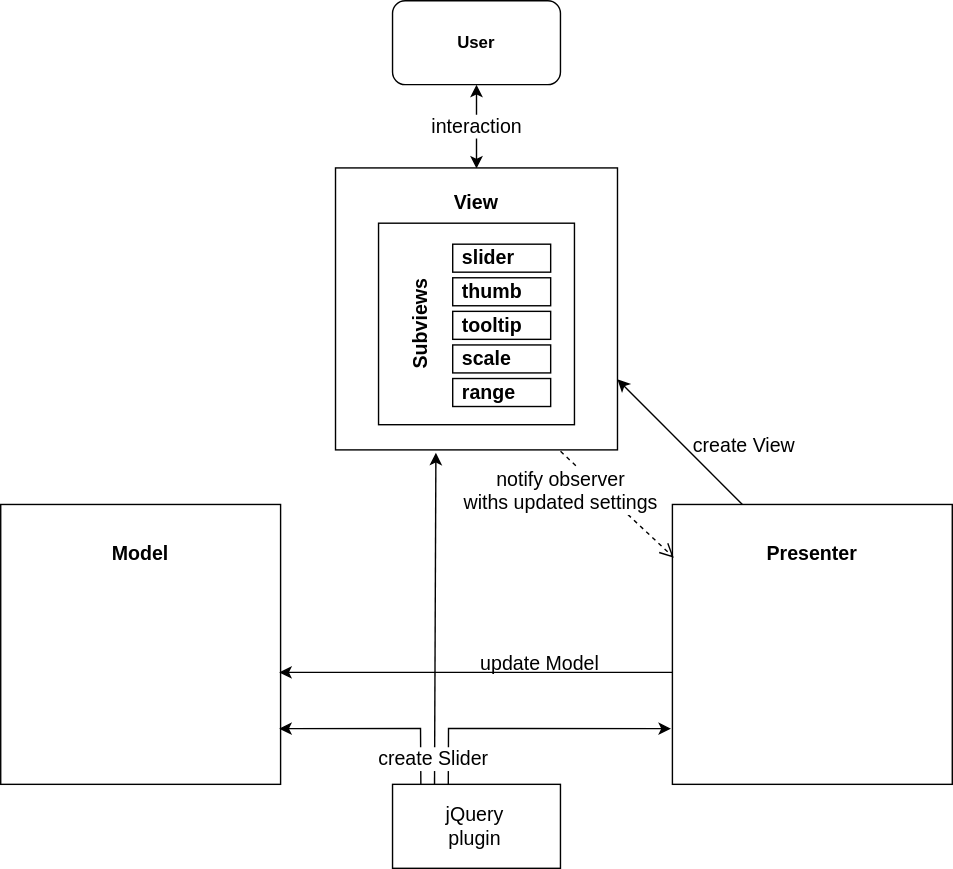
Above: src/assets/img/architecture.svg in Michael3468/RangeSlider (draw.io), before the change. Source tidied: cells renumbered, new cells last; positions are measured from the earlier drawing's top-left corner, leaving out a move shared by most shapes. Its diagram source:
```xml
<mxGraphModel>
  <root>
    <mxCell id="0" />
    <mxCell id="1" parent="0" />
    <mxCell id="2" style="endArrow=classic;startArrow=classic;html=1;rounded=0;fontSize=14;entryX=0.25;entryY=1;entryDx=0;entryDy=0;labelBackgroundColor=#FFFFFF;" parent="1" edge="1">
      <mxGeometry relative="1" as="geometry">
        <mxPoint x="340" y="120" as="sourcePoint" />
        <mxPoint x="340" y="60" as="targetPoint" />
      </mxGeometry>
    </mxCell>
    <mxCell id="3" style="rounded=1;whiteSpace=wrap;html=1;" parent="1" vertex="1">
      <mxGeometry x="280" width="120" height="60" as="geometry" />
    </mxCell>
    <mxCell id="4" value="&lt;div&gt;User&lt;/div&gt;" style="text;html=1;strokeColor=none;fillColor=none;align=center;verticalAlign=middle;whiteSpace=wrap;rounded=0;fontStyle=1;" parent="1" vertex="1">
      <mxGeometry x="310" y="15" width="60" height="30" as="geometry" />
    </mxCell>
    <mxCell id="5" style="whiteSpace=wrap;html=1;" parent="1" vertex="1">
      <mxGeometry x="239.2" y="119.5" width="201.5" height="201.5" as="geometry" />
    </mxCell>
    <mxCell id="6" value="&lt;div style=&quot;font-size: 14px;&quot;&gt;View&lt;/div&gt;" style="text;html=1;strokeColor=none;fillColor=none;align=center;verticalAlign=middle;whiteSpace=wrap;rounded=0;fontStyle=1;fontSize=14;" parent="1" vertex="1">
      <mxGeometry x="310" y="129" width="60" height="30" as="geometry" />
    </mxCell>
    <mxCell id="7" style="rounded=0;whiteSpace=wrap;html=1;fontSize=14;align=left;" parent="1" vertex="1">
      <mxGeometry x="270" y="159" width="140" height="144" as="geometry" />
    </mxCell>
    <mxCell id="8" style="rounded=0;whiteSpace=wrap;html=1;fontSize=14;" parent="1" vertex="1">
      <mxGeometry x="323" y="174" width="70" height="20" as="geometry" />
    </mxCell>
    <mxCell id="9" value="&lt;div&gt;slider&lt;/div&gt;" style="text;html=1;strokeColor=none;fillColor=none;align=left;verticalAlign=middle;whiteSpace=wrap;rounded=0;fontSize=14;fontStyle=1;" parent="1" vertex="1">
      <mxGeometry x="328" y="174" width="60" height="20" as="geometry" />
    </mxCell>
    <mxCell id="10" style="rounded=0;whiteSpace=wrap;html=1;fontSize=14;" parent="1" vertex="1">
      <mxGeometry x="323" y="246" width="70" height="20" as="geometry" />
    </mxCell>
    <mxCell id="11" value="scale" style="text;html=1;strokeColor=none;fillColor=none;align=left;verticalAlign=middle;whiteSpace=wrap;rounded=0;fontSize=14;fontStyle=1;" parent="1" vertex="1">
      <mxGeometry x="328" y="246" width="60" height="20" as="geometry" />
    </mxCell>
    <mxCell id="12" style="rounded=0;whiteSpace=wrap;html=1;fontSize=14;" parent="1" vertex="1">
      <mxGeometry x="323" y="198" width="70" height="20" as="geometry" />
    </mxCell>
    <mxCell id="13" value="&lt;div align=&quot;left&quot;&gt;thumb&lt;/div&gt;" style="text;html=1;strokeColor=none;fillColor=none;align=left;verticalAlign=middle;whiteSpace=wrap;rounded=0;fontSize=14;fontStyle=1;" parent="1" vertex="1">
      <mxGeometry x="328" y="198" width="60" height="20" as="geometry" />
    </mxCell>
    <mxCell id="14" style="rounded=0;whiteSpace=wrap;html=1;fontSize=14;" parent="1" vertex="1">
      <mxGeometry x="323" y="222" width="70" height="20" as="geometry" />
    </mxCell>
    <mxCell id="15" value="tooltip" style="text;html=1;strokeColor=none;fillColor=none;align=left;verticalAlign=middle;whiteSpace=wrap;rounded=0;fontSize=14;fontStyle=1;" parent="1" vertex="1">
      <mxGeometry x="328" y="222" width="60" height="20" as="geometry" />
    </mxCell>
    <mxCell id="16" style="rounded=0;whiteSpace=wrap;html=1;fontSize=14;" parent="1" vertex="1">
      <mxGeometry x="323" y="270" width="70" height="20" as="geometry" />
    </mxCell>
    <mxCell id="17" value="range" style="text;html=1;strokeColor=none;fillColor=none;align=left;verticalAlign=middle;whiteSpace=wrap;rounded=0;fontSize=14;fontStyle=1;" parent="1" vertex="1">
      <mxGeometry x="328" y="270" width="60" height="20" as="geometry" />
    </mxCell>
    <mxCell id="18" value="&lt;div&gt;Subviews&lt;/div&gt;" style="text;html=1;strokeColor=none;fillColor=none;align=center;verticalAlign=middle;whiteSpace=wrap;rounded=0;fontSize=14;fontStyle=1;rotation=0;spacingLeft=0;textDirection=rtl;spacingTop=0;spacing=-2;horizontal=0;" parent="1" vertex="1">
      <mxGeometry x="290" y="186" width="20" height="90" as="geometry" />
    </mxCell>
    <mxCell id="19" style="whiteSpace=wrap;html=1;fontSize=14;align=left;verticalAlign=middle;" parent="1" vertex="1">
      <mxGeometry y="360" width="200" height="200" as="geometry" />
    </mxCell>
    <mxCell id="20" value="Model" style="text;html=1;strokeColor=none;fillColor=none;align=center;verticalAlign=middle;whiteSpace=wrap;rounded=0;fontSize=14;fontStyle=1;" parent="1" vertex="1">
      <mxGeometry x="70" y="380" width="60" height="30" as="geometry" />
    </mxCell>
    <mxCell id="21" style="whiteSpace=wrap;html=1;fontSize=14;align=left;verticalAlign=middle;" parent="1" vertex="1">
      <mxGeometry x="480" y="360" width="200" height="200" as="geometry" />
    </mxCell>
    <mxCell id="22" value="&lt;div&gt;Presenter&lt;/div&gt;" style="text;html=1;strokeColor=none;fillColor=none;align=center;verticalAlign=middle;whiteSpace=wrap;rounded=0;fontSize=14;fontStyle=1;" parent="1" vertex="1">
      <mxGeometry x="540" y="380" width="80" height="30" as="geometry" />
    </mxCell>
    <mxCell id="23" style="endArrow=classic;html=1;rounded=0;fontSize=14;entryX=1;entryY=0.75;entryDx=0;entryDy=0;exitX=0.25;exitY=0;exitDx=0;exitDy=0;" parent="1" edge="1" source="21" target="5">
      <mxGeometry relative="1" as="geometry" />
    </mxCell>
    <mxCell id="24" style="endArrow=classic;html=1;rounded=0;fontSize=14;exitX=0;exitY=0.61;exitDx=0;exitDy=0;exitPerimeter=0;entryX=0.995;entryY=0.61;entryDx=0;entryDy=0;entryPerimeter=0;" parent="1" edge="1">
      <mxGeometry relative="1" as="geometry">
        <mxPoint x="480" y="480" as="sourcePoint" />
        <mxPoint x="199" y="480" as="targetPoint" />
      </mxGeometry>
    </mxCell>
    <mxCell id="25" value="update Model" style="text;html=1;strokeColor=none;fillColor=none;align=center;verticalAlign=middle;whiteSpace=wrap;rounded=0;fontSize=14;" parent="1" vertex="1">
      <mxGeometry x="333.5" y="466" width="102.5" height="15" as="geometry" />
    </mxCell>
    <mxCell id="26" value="&lt;div&gt;create View&lt;/div&gt;" style="text;html=1;strokeColor=none;fillColor=none;align=center;verticalAlign=middle;whiteSpace=wrap;rounded=0;fontSize=14;" parent="1" vertex="1">
      <mxGeometry x="480" y="295" width="102.5" height="45" as="geometry" />
    </mxCell>
    <mxCell id="27" value="&lt;div&gt;interaction&lt;/div&gt;" style="text;html=1;strokeColor=none;fillColor=none;align=center;verticalAlign=middle;whiteSpace=wrap;rounded=0;fontSize=14;labelBackgroundColor=default;" parent="1" vertex="1">
      <mxGeometry x="297.5" y="80" width="85" height="20" as="geometry" />
    </mxCell>
    <mxCell id="28" value="&lt;div&gt;notify observer&lt;/div&gt;&lt;div&gt;withs updated settings&lt;/div&gt;" style="html=1;verticalAlign=bottom;endArrow=open;dashed=1;endSize=8;rounded=0;labelBackgroundColor=#FFFFFF;fontSize=14;exitX=0.798;exitY=0.995;exitDx=0;exitDy=0;exitPerimeter=0;entryX=0.005;entryY=0.18;entryDx=0;entryDy=0;entryPerimeter=0;" parent="1" edge="1">
      <mxGeometry x="-0.41" y="-35" relative="1" as="geometry">
        <mxPoint x="400" y="322" as="sourcePoint" />
        <mxPoint x="481" y="398" as="targetPoint" />
      </mxGeometry>
    </mxCell>
    <mxCell id="29" style="rounded=0;whiteSpace=wrap;html=1;labelBackgroundColor=default;fontSize=14;align=left;verticalAlign=middle;" parent="1" vertex="1">
      <mxGeometry x="280" y="560" width="120" height="60" as="geometry" />
    </mxCell>
    <mxCell id="30" value="&lt;div&gt;jQuery plugin&lt;/div&gt;" style="text;html=1;strokeColor=none;fillColor=none;align=center;verticalAlign=middle;whiteSpace=wrap;rounded=0;labelBackgroundColor=default;fontSize=14;" parent="1" vertex="1">
      <mxGeometry x="309" y="575" width="60" height="30" as="geometry" />
    </mxCell>
    <mxCell id="31" style="endArrow=classic;html=1;rounded=0;labelBackgroundColor=#FFFFFF;fontSize=14;entryX=0.356;entryY=1.01;entryDx=0;entryDy=0;exitX=0.25;exitY=0;exitDx=0;exitDy=0;entryPerimeter=0;" parent="1" edge="1" source="29" target="5">
      <mxGeometry relative="1" as="geometry" />
    </mxCell>
    <mxCell id="32" style="endArrow=classic;html=1;rounded=0;labelBackgroundColor=#FFFFFF;fontSize=14;exitX=0.152;exitY=0.003;exitDx=0;exitDy=0;exitPerimeter=0;entryX=0.995;entryY=0.801;entryDx=0;entryDy=0;entryPerimeter=0;" parent="1" edge="1" target="19">
      <mxGeometry relative="1" as="geometry">
        <mxPoint x="300.2" y="560.2" as="sourcePoint" />
        <Array as="points">
          <mxPoint x="300" y="520" />
        </Array>
      </mxGeometry>
    </mxCell>
    <mxCell id="33" style="endArrow=classic;html=1;rounded=0;labelBackgroundColor=#FFFFFF;fontSize=14;exitX=0.332;exitY=-0.003;exitDx=0;exitDy=0;exitPerimeter=0;entryX=-0.005;entryY=0.801;entryDx=0;entryDy=0;entryPerimeter=0;" parent="1" edge="1" source="29" target="21">
      <mxGeometry relative="1" as="geometry">
        <Array as="points">
          <mxPoint x="320" y="520" />
        </Array>
      </mxGeometry>
    </mxCell>
    <mxCell id="34" value="create Slider" style="text;html=1;strokeColor=none;fillColor=none;align=center;verticalAlign=middle;whiteSpace=wrap;rounded=0;labelBackgroundColor=default;fontSize=14;" parent="1" vertex="1">
      <mxGeometry x="264.2" y="534" width="90.8" height="15" as="geometry" />
    </mxCell>
  </root>
</mxGraphModel>
```
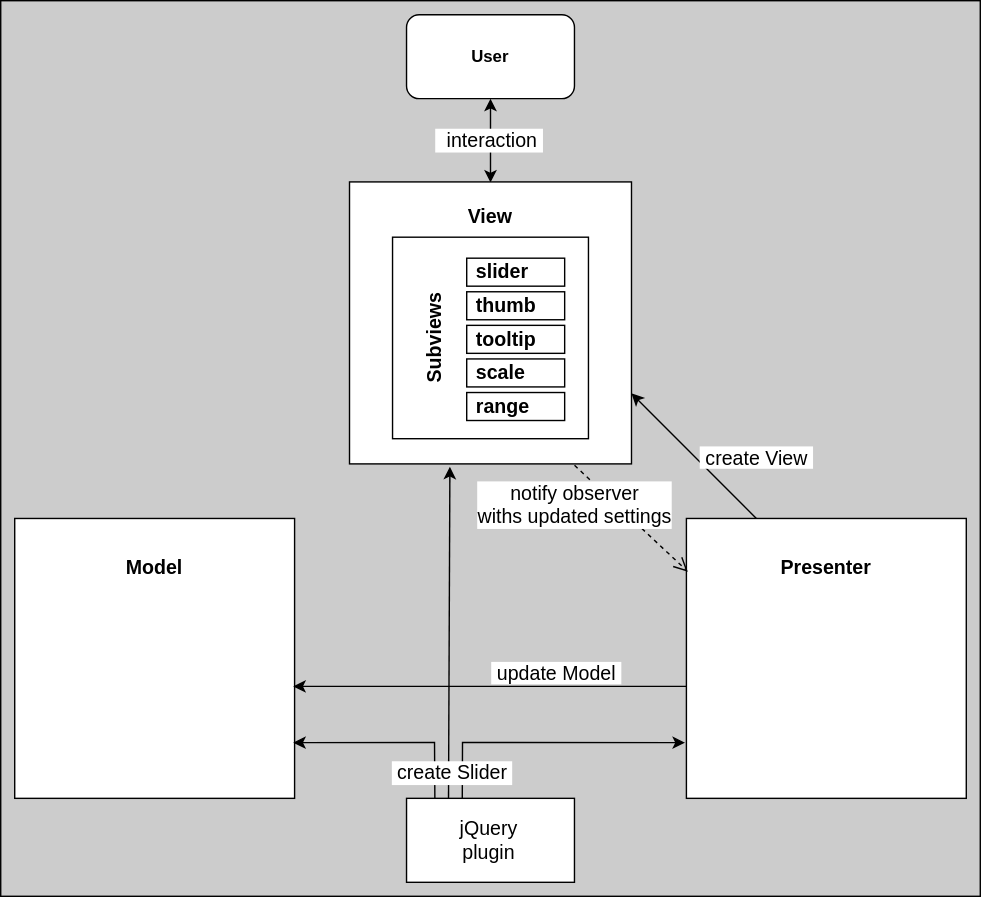
After the commit.

What changed in the source:
```diff
@@ -2,6 +2,9 @@
   <root>
     <mxCell id="0" />
     <mxCell id="1" parent="0" />
+    <mxCell id="35" style="rounded=0;whiteSpace=wrap;html=1;fillColor=#CCCCCC;" parent="1" vertex="1">
+      <mxGeometry x="-10" y="-10" width="700" height="640" as="geometry" />
+    </mxCell>
     <mxCell id="2" style="endArrow=classic;startArrow=classic;html=1;rounded=0;fontSize=14;entryX=0.25;entryY=1;entryDx=0;entryDy=0;labelBackgroundColor=#FFFFFF;" parent="1" edge="1">
       <mxGeometry relative="1" as="geometry">
         <mxPoint x="340" y="120" as="sourcePoint" />
@@ -77,14 +80,14 @@
         <mxPoint x="199" y="480" as="targetPoint" />
       </mxGeometry>
     </mxCell>
-    <mxCell id="25" value="update Model" style="text;html=1;strokeColor=none;fillColor=none;align=center;verticalAlign=middle;whiteSpace=wrap;rounded=0;fontSize=14;" parent="1" vertex="1">
-      <mxGeometry x="333.5" y="466" width="102.5" height="15" as="geometry" />
+    <mxCell id="25" value="&amp;nbsp;&lt;span style=&quot;background-color: rgb(255 , 255 , 255)&quot;&gt; update Model&amp;nbsp; &lt;br&gt;&lt;/span&gt;" style="text;html=1;strokeColor=none;fillColor=none;align=center;verticalAlign=middle;whiteSpace=wrap;rounded=0;fontSize=14;" parent="1" vertex="1">
+      <mxGeometry x="333.5" y="463" width="102.5" height="15" as="geometry" />
     </mxCell>
-    <mxCell id="26" value="&lt;div&gt;create View&lt;/div&gt;" style="text;html=1;strokeColor=none;fillColor=none;align=center;verticalAlign=middle;whiteSpace=wrap;rounded=0;fontSize=14;" parent="1" vertex="1">
-      <mxGeometry x="480" y="295" width="102.5" height="45" as="geometry" />
+    <mxCell id="26" value="&lt;div&gt;&lt;span style=&quot;background-color: rgb(255 , 255 , 255)&quot;&gt;&amp;nbsp;create View&amp;nbsp; &lt;br&gt;&lt;/span&gt;&lt;/div&gt;" style="text;html=1;strokeColor=none;fillColor=none;align=center;verticalAlign=middle;whiteSpace=wrap;rounded=0;fontSize=14;" parent="1" vertex="1">
+      <mxGeometry x="479" y="307" width="102.5" height="20" as="geometry" />
     </mxCell>
-    <mxCell id="27" value="&lt;div&gt;interaction&lt;/div&gt;" style="text;html=1;strokeColor=none;fillColor=none;align=center;verticalAlign=middle;whiteSpace=wrap;rounded=0;fontSize=14;labelBackgroundColor=default;" parent="1" vertex="1">
-      <mxGeometry x="297.5" y="80" width="85" height="20" as="geometry" />
+    <mxCell id="27" value="&amp;nbsp; interaction&amp;nbsp; " style="text;html=1;strokeColor=none;fillColor=none;align=center;verticalAlign=middle;whiteSpace=wrap;rounded=0;fontSize=14;labelBackgroundColor=default;" parent="1" vertex="1">
+      <mxGeometry x="287.5" y="80" width="102.5" height="20" as="geometry" />
     </mxCell>
     <mxCell id="28" value="&lt;div&gt;notify observer&lt;/div&gt;&lt;div&gt;withs updated settings&lt;/div&gt;" style="html=1;verticalAlign=bottom;endArrow=open;dashed=1;endSize=8;rounded=0;labelBackgroundColor=#FFFFFF;fontSize=14;exitX=0.798;exitY=0.995;exitDx=0;exitDy=0;exitPerimeter=0;entryX=0.005;entryY=0.18;entryDx=0;entryDy=0;entryPerimeter=0;" parent="1" edge="1">
       <mxGeometry x="-0.41" y="-35" relative="1" as="geometry">
@@ -116,8 +119,8 @@
         </Array>
       </mxGeometry>
     </mxCell>
-    <mxCell id="34" value="create Slider" style="text;html=1;strokeColor=none;fillColor=none;align=center;verticalAlign=middle;whiteSpace=wrap;rounded=0;labelBackgroundColor=default;fontSize=14;" parent="1" vertex="1">
-      <mxGeometry x="264.2" y="534" width="90.8" height="15" as="geometry" />
+    <mxCell id="34" value="&amp;nbsp;create Slider&amp;nbsp; " style="text;html=1;strokeColor=none;fillColor=none;align=center;verticalAlign=middle;whiteSpace=wrap;rounded=0;labelBackgroundColor=default;fontSize=14;" parent="1" vertex="1">
+      <mxGeometry x="260.2" y="534" width="105.8" height="15" as="geometry" />
     </mxCell>
   </root>
 </mxGraphModel>
```
